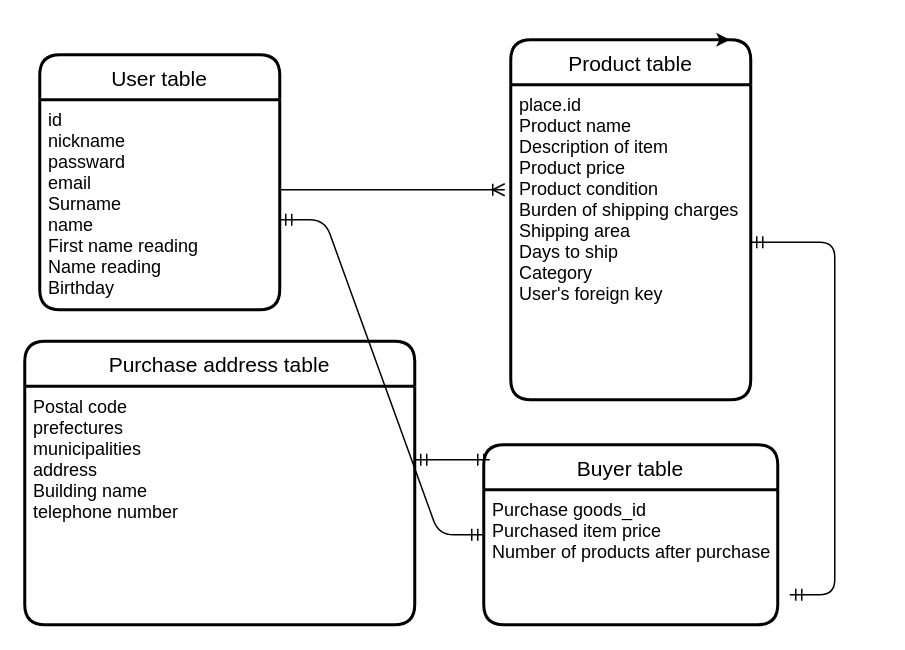
KAWAUchi1013/furima-37180 keeps this draw.io diagram as REDEME.dio. Above is the earlier version. Source tidied: cells renumbered, new cells numbered last; positions are measured from the earlier drawing's top-left corner, leaving out a move shared by most shapes. Both pictures are drawn from the tidied source at 150%, with x=0, y=0 at pixel (24, 39).
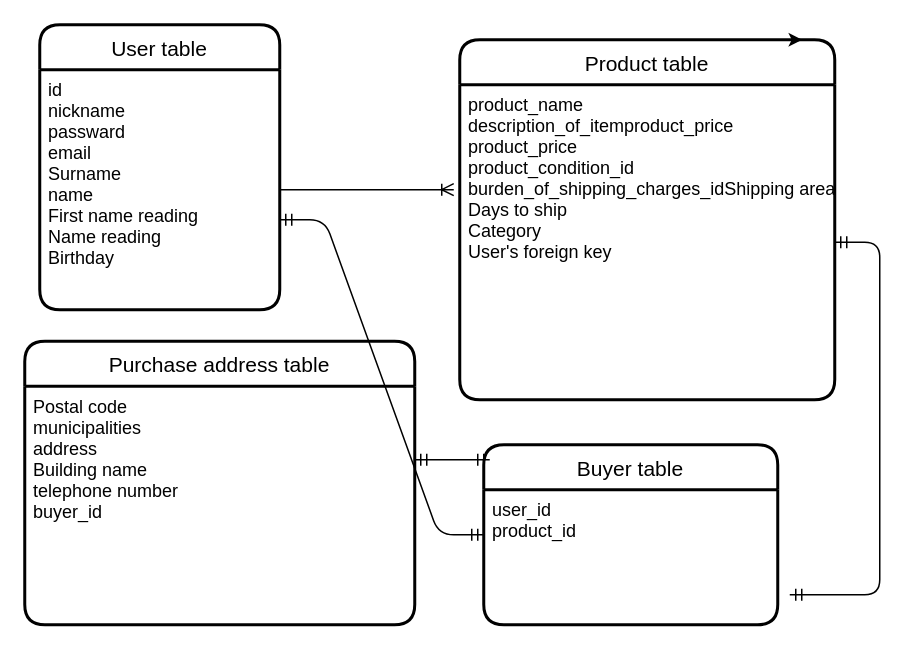
The same page after the edit.

Diff of the diagram source:
```diff
@@
 <mxGraphModel>
   <root>
     <mxCell id="0" />
     <mxCell id="1" parent="0" />
     <mxCell id="2" value="User table" style="swimlane;horizontal=1;startSize=30;rounded=1;fontSize=14;fontStyle=0;strokeWidth=2;shadow=0;dashed=0;align=center;" parent="1" vertex="1">
-      <mxGeometry x="10" y="10" width="160" height="170" as="geometry" />
+      <mxGeometry x="10" y="-10" width="160" height="190" as="geometry" />
     </mxCell>
     <mxCell id="3" value="id&#10;nickname&#10;passward&#10;email&#10;Surname&#10;name&#10;First name reading&#10;Name reading&#10;Birthday" style="align=left;strokeColor=none;fillColor=none;spacingLeft=4;fontSize=12;verticalAlign=top;" parent="2" vertex="1">
-      <mxGeometry y="30" width="160" height="140" as="geometry" />
+      <mxGeometry y="30" width="160" height="160" as="geometry" />
     </mxCell>
     <mxCell id="4" value="Product table" style="swimlane;horizontal=1;startSize=30;rounded=1;fontSize=14;fontStyle=0;strokeWidth=2;shadow=0;dashed=0;align=center;" parent="1" vertex="1">
-      <mxGeometry x="324" width="160" height="240" as="geometry" />
+      <mxGeometry x="290" width="250" height="240" as="geometry" />
     </mxCell>
-    <mxCell id="5" value="place.id&#10;Product name&#10;Description of item&#10;Product price&#10;Product condition&#10;Burden of shipping charges&#10;Shipping area&#10;Days to ship&#10;Category&#10;User's foreign key" style="align=left;strokeColor=none;fillColor=none;spacingLeft=4;fontSize=12;verticalAlign=top;" parent="4" vertex="1">
-      <mxGeometry y="30" width="160" height="210" as="geometry" />
+    <mxCell id="5" value="product_name&#10;description_of_itemproduct_price&#10;product_price&#10;product_condition_id&#10;burden_of_shipping_charges_idShipping area&#10;Days to ship&#10;Category&#10;User's foreign key" style="align=left;strokeColor=none;fillColor=none;spacingLeft=4;fontSize=12;verticalAlign=top;" parent="4" vertex="1">
+      <mxGeometry y="30" width="250" height="210" as="geometry" />
     </mxCell>
     <mxCell id="6" value="Buyer table" style="swimlane;horizontal=1;startSize=30;rounded=1;fontSize=14;fontStyle=0;strokeWidth=2;shadow=0;dashed=0;align=center;" parent="1" vertex="1">
       <mxGeometry x="306" y="270" width="196" height="120" as="geometry" />
     </mxCell>
-    <mxCell id="7" value="Purchase goods_id&#10;Purchased item price&#10;Number of products after purchase&#10;" style="align=left;strokeColor=none;fillColor=none;spacingLeft=4;fontSize=12;verticalAlign=top;" parent="6" vertex="1">
+    <mxCell id="7" value="user_id&#10;product_id" style="align=left;strokeColor=none;fillColor=none;spacingLeft=4;fontSize=12;verticalAlign=top;" parent="6" vertex="1">
       <mxGeometry y="30" width="196" height="90" as="geometry" />
     </mxCell>
-    <mxCell id="8" style="edgeStyle=entityRelationEdgeStyle;fontSize=12;html=1;endArrow=ERoneToMany;" parent="1" edge="1">
+    <mxCell id="8" style="edgeStyle=entityRelationEdgeStyle;fontSize=12;html=1;endArrow=ERoneToMany;entryX=-0.016;entryY=0.333;entryDx=0;entryDy=0;entryPerimeter=0;" parent="1" edge="1" target="5">
       <mxGeometry relative="1" as="geometry">
         <mxPoint x="170" y="100" as="sourcePoint" />
-        <mxPoint x="320" y="100" as="targetPoint" />
       </mxGeometry>
     </mxCell>
     <mxCell id="9" value="Purchase address table" style="swimlane;horizontal=1;startSize=30;rounded=1;fontSize=14;fontStyle=0;strokeWidth=2;shadow=0;dashed=0;align=center;direction=east;" parent="1" vertex="1">
       <mxGeometry y="201" width="260" height="189" as="geometry" />
     </mxCell>
-    <mxCell id="10" value="Postal code&#10;prefectures&#10;municipalities&#10;address&#10;Building name&#10;telephone number&#10;" style="align=left;strokeColor=none;fillColor=none;spacingLeft=4;fontSize=12;verticalAlign=top;" parent="9" vertex="1">
+    <mxCell id="10" value="Postal code&#10;municipalities&#10;address&#10;Building name&#10;telephone number&#10;buyer_id" style="align=left;strokeColor=none;fillColor=none;spacingLeft=4;fontSize=12;verticalAlign=top;" parent="9" vertex="1">
       <mxGeometry y="30" width="260" height="159" as="geometry" />
     </mxCell>
     <mxCell id="11" style="edgeStyle=entityRelationEdgeStyle;fontSize=12;html=1;endArrow=ERmandOne;startArrow=ERmandOne;" parent="1" edge="1" target="5">
       <mxGeometry relative="1" as="geometry">
         <mxPoint x="510" y="370" as="sourcePoint" />
       </mxGeometry>
     </mxCell>
     <mxCell id="12" style="edgeStyle=entityRelationEdgeStyle;fontSize=12;html=1;endArrow=ERmandOne;startArrow=ERmandOne;" parent="1" edge="1">
       <mxGeometry relative="1" as="geometry">
         <mxPoint x="260" y="280" as="sourcePoint" />
         <mxPoint x="310" y="280" as="targetPoint" />
       </mxGeometry>
     </mxCell>
     <mxCell id="13" style="edgeStyle=entityRelationEdgeStyle;fontSize=12;html=1;endArrow=ERmandOne;startArrow=ERmandOne;" parent="1" edge="1" target="6">
       <mxGeometry relative="1" as="geometry">
         <mxPoint x="170" y="120" as="sourcePoint" />
       </mxGeometry>
     </mxCell>
     <mxCell id="14" style="edgeStyle=none;html=1;exitX=0.5;exitY=0;exitDx=0;exitDy=0;entryX=0.913;entryY=0;entryDx=0;entryDy=0;entryPerimeter=0;" parent="1" edge="1" source="4" target="4">
       <mxGeometry relative="1" as="geometry" />
     </mxCell>
   </root>
 </mxGraphModel>
```
